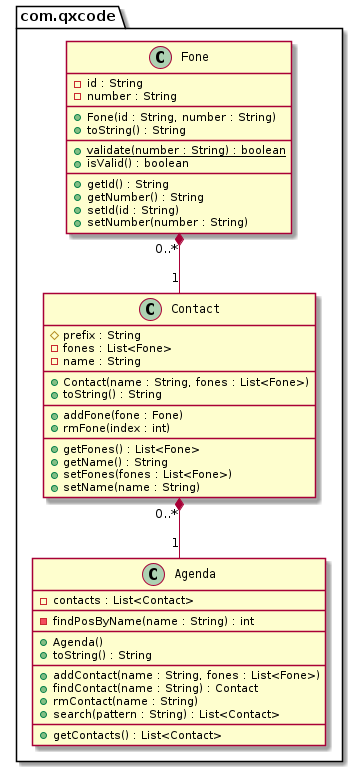
Above: base/015/diagrama.png in qxcodepoo/arcade (PlantUML), before the change.
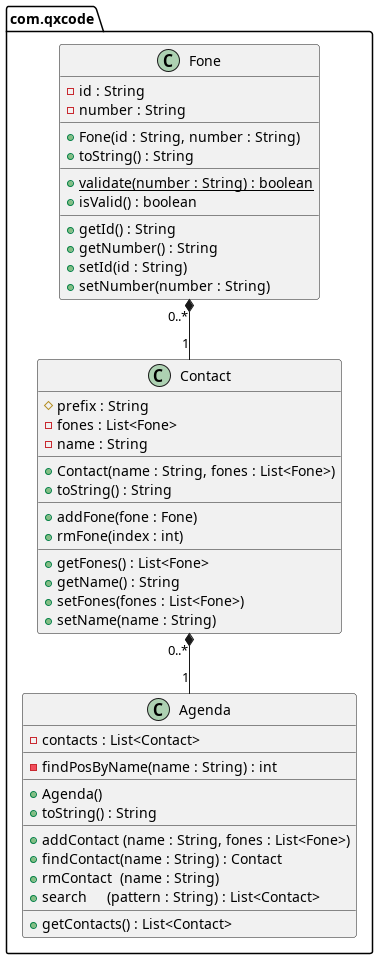
After the commit.

Diff of the diagram source:
```diff
@@ -1,24 +1,20 @@
 @startuml
-
-skinparam classFontName Monospaced
-
 package com.qxcode {
-  class Agenda {
-    - contacts : List<Contact>
+    class Fone {
+    - id : String
+    - number : String
     __
-    - findPosByName(name : String) : int
-    __
-    + Agenda()
+    + Fone(id : String, number : String)
     + toString() : String
     __
-    + addContact(name : String, fones : List<Fone>)
-    + findContact(name : String) : Contact
-    + rmContact(name : String)
-    + search(pattern : String) : List<Contact>
+    + validate(number : String) : boolean {static}
+    + isValid() : boolean
     __
-    + getContacts() : List<Contact>
+    + getId() : String
+    + getNumber() : String
+    + setId(id : String)
+    + setNumber(number : String)
   }
-
   class Contact {
     # prefix : String
     - fones : List<Fone>
@@ -35,24 +31,22 @@
     + setFones(fones : List<Fone>)
     + setName(name : String)
   }
-
-  class Fone {
-    - id : String
-    - number : String
+  class Agenda {
+    - contacts : List<Contact>
     __
-    + Fone(id : String, number : String)
+    - findPosByName(name : String) : int
+    __
+    + Agenda()
     + toString() : String
     __
-    + validate(number : String) : boolean {static}
-    + isValid() : boolean
+    + addContact (name : String, fones : List<Fone>)
+    + findContact(name : String) : Contact
+    + rmContact  (name : String)
+    + search     (pattern : String) : List<Contact>
     __
-    + getId() : String
-    + getNumber() : String
-    + setId(id : String)
-    + setNumber(number : String)
+    + getContacts() : List<Contact>
   }
 }
-
 Fone "0..*" *-- "1" Contact
 Contact "0..*" *-- "1" Agenda
 @enduml
```
